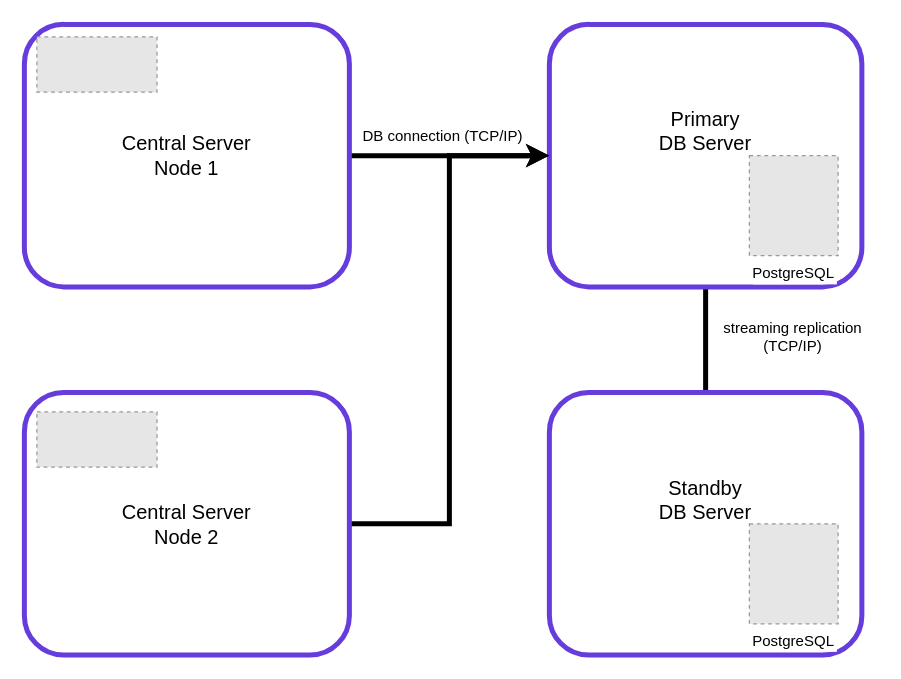
Above: doc/Manuals/img/ig-cs_remote_db.drawio in nordic-institute/X-Road (draw.io), before the change. Source tidied: cells renumbered, new cells numbered last; positions are measured from the earlier drawing's top-left corner, leaving out a move shared by most shapes. Both pictures are drawn from the tidied source at 125%, with x=0, y=0 at pixel (24, 24). Pictures stored in the file or linked from it are replaced by grey dashed boxes.
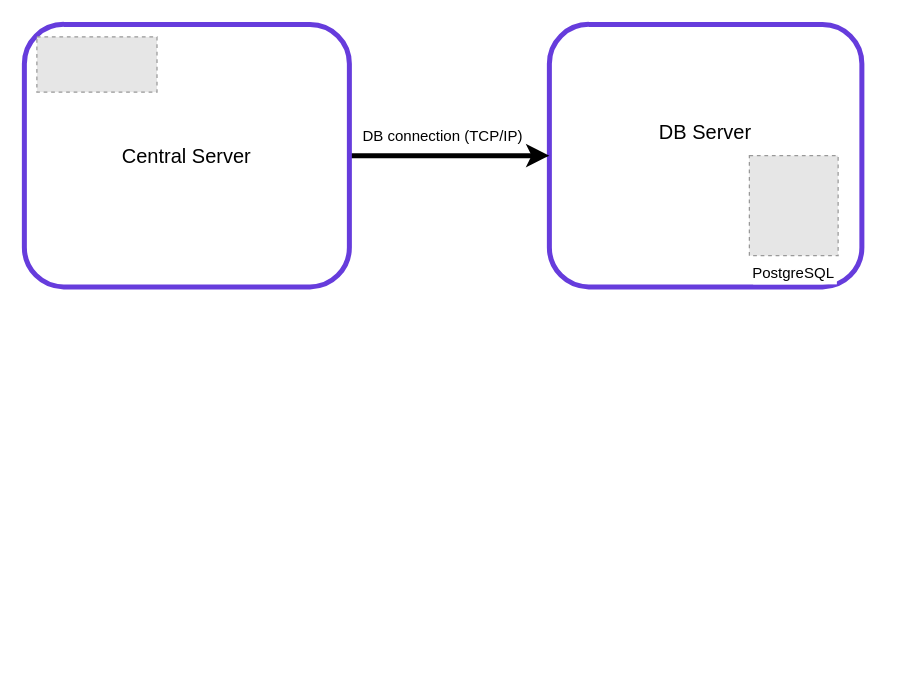
The same page after the edit.

Change to the diagram source:
```diff
@@
 <mxGraphModel>
   <root>
     <mxCell id="0" />
     <mxCell id="1" parent="0" />
-    <mxCell id="2" style="edgeStyle=orthogonalEdgeStyle;rounded=0;jettySize=auto;html=1;entryX=0.5;entryY=0;entryDx=0;entryDy=0;strokeWidth=4;endArrow=none;endFill=0;" parent="1" edge="1" source="3" target="11">
-      <mxGeometry relative="1" as="geometry" />
-    </mxCell>
-    <mxCell id="3" value="&lt;font style=&quot;font-size: 16px&quot;&gt;Primary&lt;br&gt;DB Server&lt;br&gt;&lt;br&gt;&lt;br&gt;&lt;/font&gt;" style="rounded=1;whiteSpace=wrap;html=1;strokeWidth=4;strokeColor=#663CDC;fillColor=none;" parent="1" vertex="1">
+    <mxCell id="3" value="&lt;font style=&quot;font-size: 16px&quot;&gt;DB Server&lt;br&gt;&lt;br&gt;&lt;br&gt;&lt;/font&gt;" style="rounded=1;whiteSpace=wrap;html=1;strokeWidth=4;strokeColor=#663CDC;fillColor=none;" parent="1" vertex="1">
       <mxGeometry x="420" width="250" height="210" as="geometry" />
     </mxCell>
     <mxCell id="4" style="edgeStyle=orthogonalEdgeStyle;rounded=0;jettySize=auto;html=1;strokeWidth=4;" parent="1" edge="1" source="5" target="3">
       <mxGeometry relative="1" as="geometry" />
     </mxCell>
-    <mxCell id="5" value="&lt;font style=&quot;font-size: 16px&quot;&gt;Central Server&lt;br&gt;Node 1&lt;br&gt;&lt;/font&gt;" style="rounded=1;whiteSpace=wrap;html=1;strokeWidth=4;strokeColor=#663CDC;fillColor=none;" parent="1" vertex="1">
+    <mxCell id="5" value="&lt;font style=&quot;font-size: 16px&quot;&gt;Central Server&lt;br&gt;&lt;/font&gt;" style="rounded=1;whiteSpace=wrap;html=1;strokeWidth=4;strokeColor=#663CDC;fillColor=none;" parent="1" vertex="1">
       <mxGeometry width="260" height="210" as="geometry" />
     </mxCell>
     <mxCell id="6" value="PostgreSQL" style="fillColor=#E6E6E6;strokeColor=#999999;dashed=1;verticalLabelPosition=bottom;labelBackgroundColor=#ffffff;verticalAlign=top;" parent="1" vertex="1">
       <mxGeometry x="580" y="105" width="71" height="80" as="geometry" />
     </mxCell>
     <mxCell id="7" style="fillColor=#E6E6E6;strokeColor=#999999;dashed=1;verticalLabelPosition=bottom;labelBackgroundColor=#ffffff;verticalAlign=top;" parent="1" vertex="1">
       <mxGeometry x="10" y="10" width="96.1" height="44.2" as="geometry" />
     </mxCell>
-    <mxCell id="8" style="edgeStyle=orthogonalEdgeStyle;rounded=0;jettySize=auto;html=1;entryX=0;entryY=0.5;entryDx=0;entryDy=0;strokeWidth=4;" parent="1" edge="1" source="9" target="3">
-      <mxGeometry relative="1" as="geometry" />
-    </mxCell>
-    <mxCell id="9" value="&lt;font style=&quot;font-size: 16px&quot;&gt;Central Server&lt;br&gt;Node 2&lt;br&gt;&lt;/font&gt;" style="rounded=1;whiteSpace=wrap;html=1;strokeWidth=4;strokeColor=#663CDC;fillColor=none;" parent="1" vertex="1">
-      <mxGeometry y="294.5" width="260" height="210" as="geometry" />
-    </mxCell>
-    <mxCell id="10" style="fillColor=#E6E6E6;strokeColor=#999999;dashed=1;verticalLabelPosition=bottom;labelBackgroundColor=#ffffff;verticalAlign=top;" parent="1" vertex="1">
-      <mxGeometry x="10" y="310" width="96.1" height="44.2" as="geometry" />
-    </mxCell>
-    <mxCell id="11" value="&lt;font style=&quot;font-size: 16px&quot;&gt;Standby &lt;br&gt;DB Server&lt;br&gt;&lt;br&gt;&lt;br&gt;&lt;/font&gt;" style="rounded=1;whiteSpace=wrap;html=1;strokeWidth=4;strokeColor=#663CDC;fillColor=none;" parent="1" vertex="1">
-      <mxGeometry x="420" y="294.5" width="250" height="210" as="geometry" />
-    </mxCell>
-    <mxCell id="12" value="PostgreSQL" style="fillColor=#E6E6E6;strokeColor=#999999;dashed=1;verticalLabelPosition=bottom;labelBackgroundColor=#ffffff;verticalAlign=top;" parent="1" vertex="1">
-      <mxGeometry x="580" y="399.5" width="71" height="80" as="geometry" />
-    </mxCell>
     <mxCell id="13" value="DB connection (TCP/IP)" style="text;html=1;strokeColor=none;fillColor=none;align=center;verticalAlign=middle;whiteSpace=wrap;rounded=0;" parent="1" vertex="1">
       <mxGeometry x="265" y="80" width="140" height="20" as="geometry" />
     </mxCell>
-    <mxCell id="14" value="streaming replication (TCP/IP)" style="text;html=1;strokeColor=none;fillColor=none;align=center;verticalAlign=middle;whiteSpace=wrap;rounded=0;" parent="1" vertex="1">
-      <mxGeometry x="545" y="240" width="140" height="20" as="geometry" />
-    </mxCell>
   </root>
 </mxGraphModel>
```
